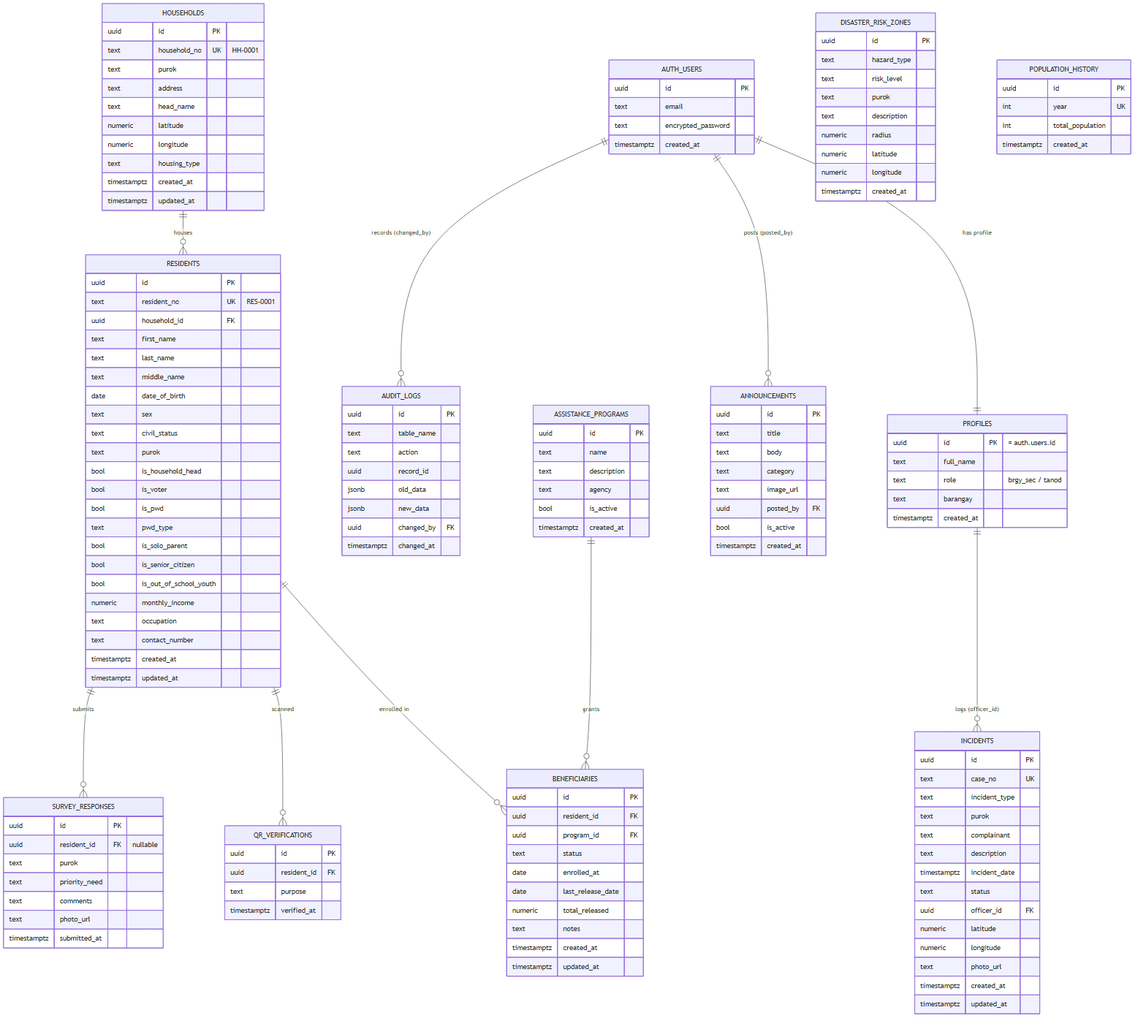
Above: diagrams/erd.png in KellyEspera/protect (Mermaid), before the change. Its source is kept beside it as diagrams/erd.mmd.
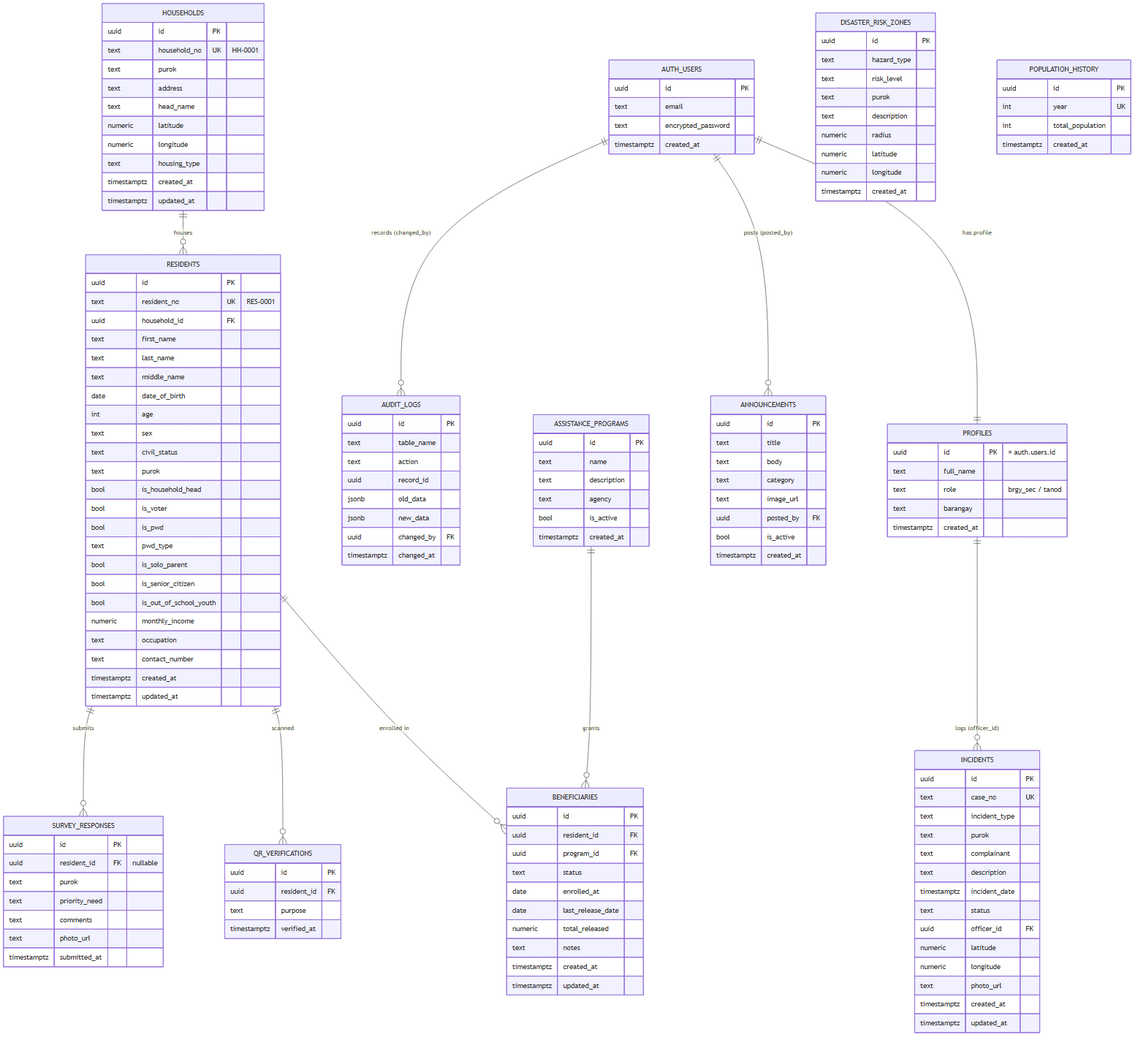
Above is the later version.

Commit message:
Keep residents.age (used in Add/View Resident)

Reverted the age DROP in trim_unused_columns.sql; re-added age to the ERD
and DATA_MODEL field list and removed it from the removed-columns note.

The edit, as a diff of the source:
```diff
@@ -42,6 +42,7 @@
         text last_name
         text middle_name
         date date_of_birth
+        int age
         text sex
         text civil_status
         text purok
```
